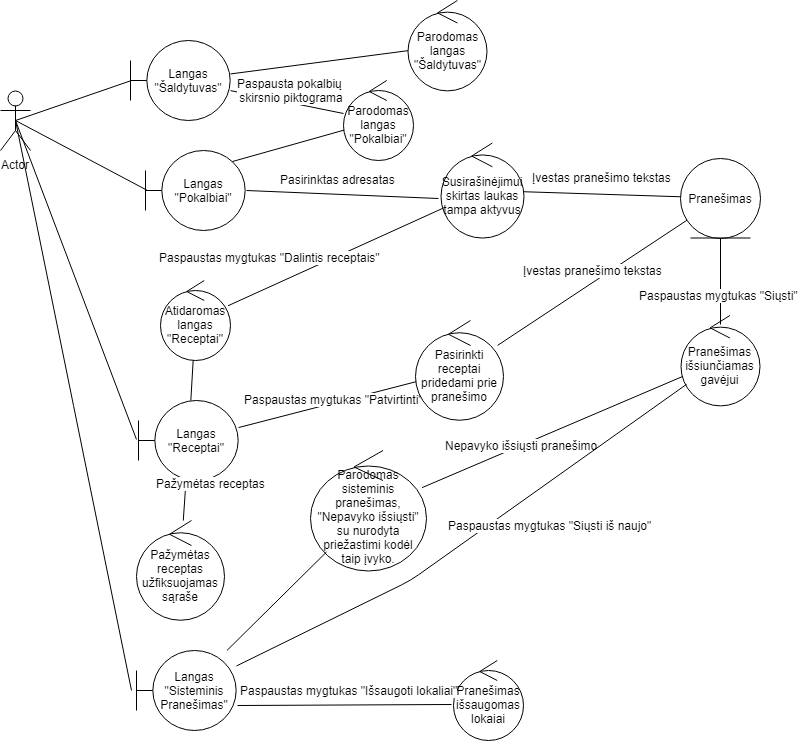
Before: Nuotraukos/ROBUSTnaudotBendrPerPranesimus.png, a diagram exported from draw.io (Tristanas/PSI2-Food-Bee-Inc). Source tidied: cells renumbered, new cells last; positions are measured from the earlier drawing's top-left corner, leaving out a move shared by most shapes.
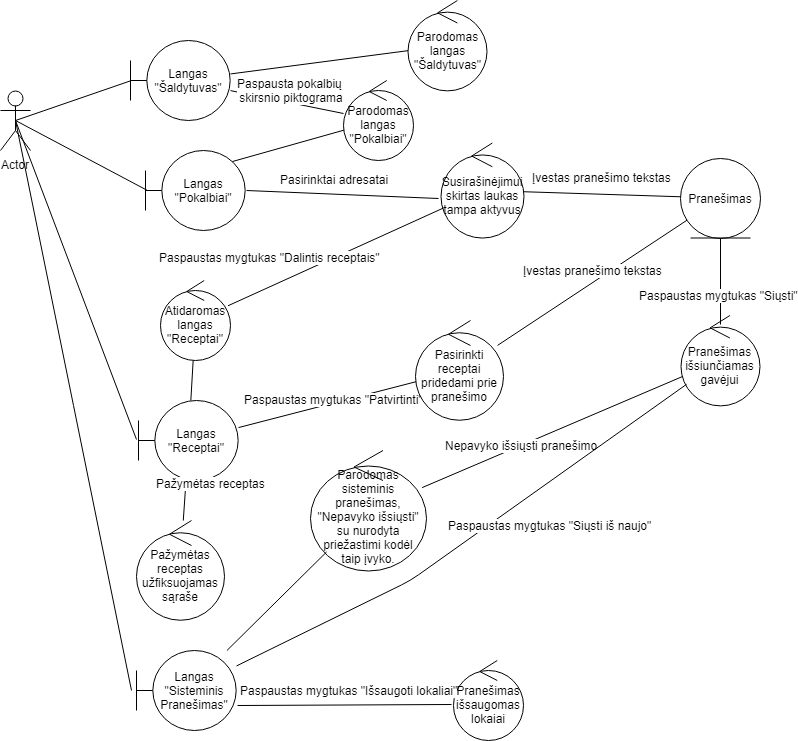
The same diagram one commit later.

Change to the diagram source:
```diff
@@ -34,8 +34,8 @@
     <mxCell id="11" style="endArrow=none;html=1;exitX=1.01;exitY=0.5;exitDx=0;exitDy=0;exitPerimeter=0;entryX=-0.024;entryY=0.584;entryDx=0;entryDy=0;entryPerimeter=0;" parent="1" edge="1" source="8" target="13">
       <mxGeometry relative="1" as="geometry" />
     </mxCell>
-    <mxCell id="12" value="Pasirinktas adresatas" style="text;html=1;align=left;verticalAlign=top;spacingTop=-4;" parent="1" vertex="1">
-      <mxGeometry x="277.5" y="170" width="130" height="20" as="geometry" />
+    <mxCell id="12" value="Pasirinktai adresatai" style="text;html=1;align=left;verticalAlign=top;spacingTop=-4;" parent="1" vertex="1">
+      <mxGeometry x="277.5" y="170" width="120" height="20" as="geometry" />
     </mxCell>
     <mxCell id="13" value="Susirašinėjimui skirtas laukas tampa aktyvus" style="ellipse;shape=umlControl;whiteSpace=wrap;html=1;" parent="1" vertex="1">
       <mxGeometry x="440" y="142.5" width="83" height="95" as="geometry" />
```
